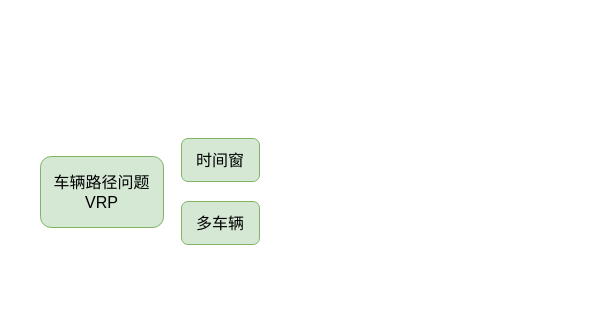
The draw.io diagram 工作架构.drawio in lilingkang/drawio-files, before the edit. Source tidied: cells renumbered, new cells numbered last; positions are measured from the earlier drawing's top-left corner, leaving out a move shared by most shapes. Both pictures are drawn from the tidied source at 100%, with x=0, y=0 at pixel (40, 138).
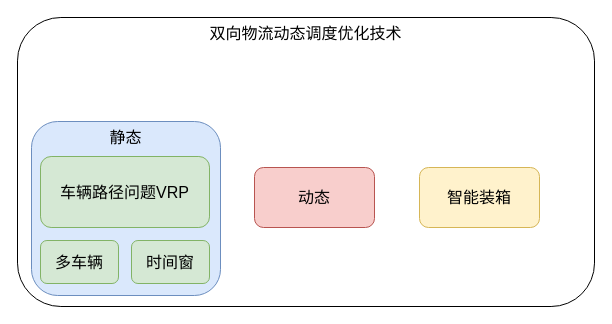
Above is the later version.

Commit message (it also covers changes not shown here):
更新工作架构.drawio

Change to the diagram source:
```diff
@@
 <mxGraphModel>
   <root>
     <mxCell id="0" />
     <mxCell id="1" parent="0" />
+    <mxCell id="5" value="双向物流动态调度优化技术" style="rounded=1;whiteSpace=wrap;html=1;fontSize=16;verticalAlign=top;" parent="1" vertex="1">
+      <mxGeometry x="-23" y="-121" width="577" height="289" as="geometry" />
+    </mxCell>
+    <mxCell id="6" value="静态" style="rounded=1;whiteSpace=wrap;html=1;fontSize=16;fillColor=#dae8fc;strokeColor=#6c8ebf;verticalAlign=top;" parent="1" vertex="1">
+      <mxGeometry x="-9" y="-17" width="189" height="174" as="geometry" />
+    </mxCell>
     <mxCell id="2" value="&lt;font style=&quot;font-size: 16px;&quot;&gt;车辆路径问题VRP&lt;/font&gt;" style="rounded=1;whiteSpace=wrap;html=1;fillColor=#d5e8d4;strokeColor=#82b366;" parent="1" vertex="1">
-      <mxGeometry y="18" width="123" height="71" as="geometry" />
+      <mxGeometry y="18" width="169" height="71" as="geometry" />
     </mxCell>
     <mxCell id="3" value="&lt;font style=&quot;font-size: 16px;&quot;&gt;时间窗&lt;/font&gt;" style="rounded=1;whiteSpace=wrap;html=1;fillColor=#d5e8d4;strokeColor=#82b366;" parent="1" vertex="1">
-      <mxGeometry x="141" width="78" height="43" as="geometry" />
+      <mxGeometry x="91" y="102" width="78" height="43" as="geometry" />
     </mxCell>
     <mxCell id="4" value="&lt;font style=&quot;font-size: 16px;&quot;&gt;多车辆&lt;/font&gt;" style="rounded=1;whiteSpace=wrap;html=1;fillColor=#d5e8d4;strokeColor=#82b366;" parent="1" vertex="1">
-      <mxGeometry x="141" y="63" width="78" height="43" as="geometry" />
+      <mxGeometry y="102" width="78" height="43" as="geometry" />
     </mxCell>
+    <mxCell id="7" value="动态" style="rounded=1;whiteSpace=wrap;html=1;fontSize=16;fillColor=#f8cecc;strokeColor=#b85450;" parent="1" vertex="1">
+      <mxGeometry x="214" y="29" width="120" height="60" as="geometry" />
+    </mxCell>
+    <mxCell id="8" value="智能装箱" style="rounded=1;whiteSpace=wrap;html=1;fontSize=16;fillColor=#fff2cc;strokeColor=#d6b656;" parent="1" vertex="1">
+      <mxGeometry x="379" y="29" width="120" height="60" as="geometry" />
+    </mxCell>
   </root>
 </mxGraphModel>
```
